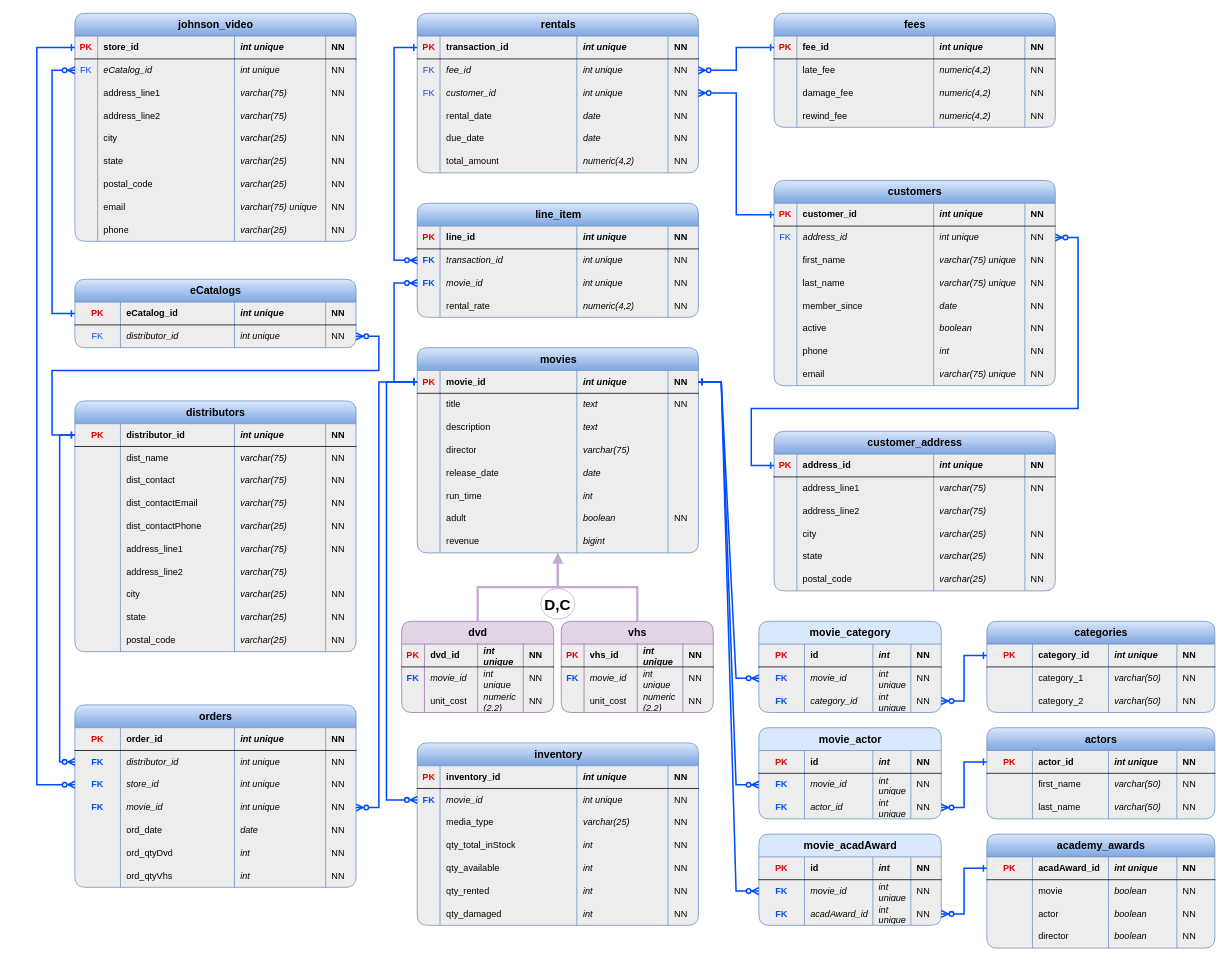
This is mis407-ct4-portfolio-milestone.drawio from argounova/draw-io, a draw.io file, before an edit. Source tidied: cells renumbered, new cells numbered last; positions are measured from the earlier drawing's top-left corner, leaving out a move shared by most shapes. Both pictures are drawn from the tidied source at 76%, with x=0, y=0 at pixel (36, 13).
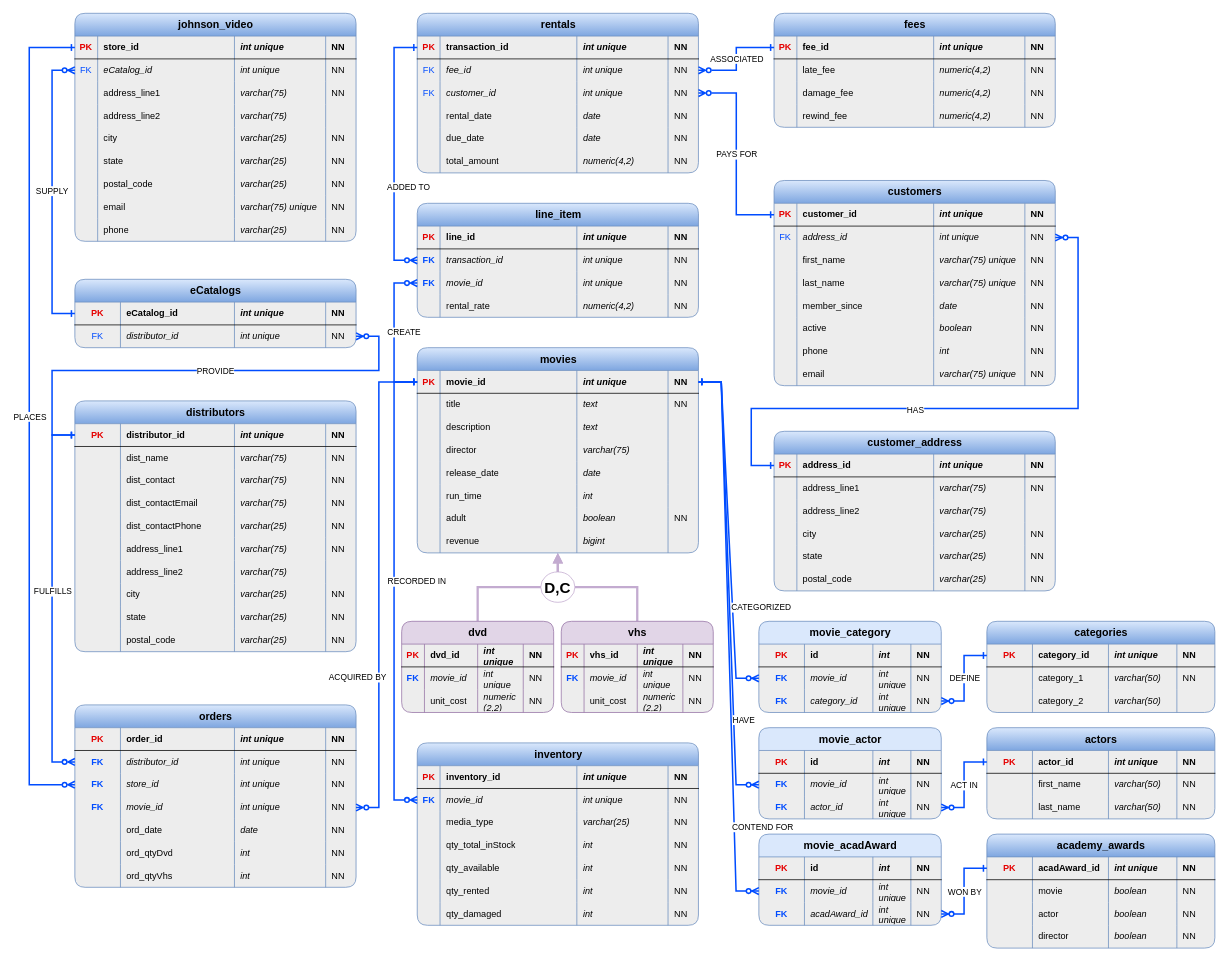
After the change.

Unchanged cells that the change refers to:
```xml
<mxCell id="88" style="shape=tableRow;horizontal=0;startSize=0;swimlaneHead=0;swimlaneBody=0;fillColor=none;points=[[0,0.5],[1,0.5]];portConstraint=eastwest;top=0;left=0;right=0;bottom=1;" parent="87" vertex="1">
  <mxGeometry y="30" width="370" height="30" as="geometry" />
</mxCell>
<mxCell id="129" style="shape=tableRow;horizontal=0;startSize=0;swimlaneHead=0;swimlaneBody=0;fillColor=none;points=[[0,0.5],[1,0.5]];portConstraint=eastwest;top=0;left=0;right=0;bottom=1;" parent="128" vertex="1">
  <mxGeometry y="30" width="370" height="30" as="geometry" />
</mxCell>
<mxCell id="260" style="edgeStyle=entityRelationEdgeStyle;fontSize=12;html=1;endArrow=ERzeroToMany;startArrow=ERone;rounded=0;exitX=1;exitY=0.5;exitDx=0;exitDy=0;entryX=0;entryY=0.5;entryDx=0;entryDy=0;strokeWidth=2;strokeColor=#004CFF;startFill=0;" parent="1" edge="1" source="88" target="250">
  <mxGeometry relative="1" as="geometry" />
</mxCell>
<mxCell id="261" style="edgeStyle=entityRelationEdgeStyle;fontSize=12;html=1;endArrow=ERzeroToMany;startArrow=ERone;rounded=0;exitX=1;exitY=0.5;exitDx=0;exitDy=0;entryX=0;entryY=0.5;entryDx=0;entryDy=0;strokeWidth=2;strokeColor=#004CFF;startFill=0;" parent="1" edge="1" source="88" target="234">
  <mxGeometry relative="1" as="geometry" />
</mxCell>
<mxCell id="262" style="edgeStyle=entityRelationEdgeStyle;fontSize=12;html=1;endArrow=ERzeroToMany;startArrow=ERone;rounded=0;exitX=1;exitY=0.5;exitDx=0;exitDy=0;entryX=0;entryY=0.5;entryDx=0;entryDy=0;strokeWidth=2;strokeColor=#004CFF;startFill=0;" parent="1" edge="1" source="88" target="218">
  <mxGeometry relative="1" as="geometry" />
</mxCell>
<mxCell id="295" style="shape=tableRow;horizontal=0;startSize=0;swimlaneHead=0;swimlaneBody=0;fillColor=none;top=0;left=0;right=0;bottom=0;" parent="284" vertex="1">
  <mxGeometry y="90" width="300" height="30" as="geometry" />
</mxCell>
<mxCell id="337" style="edgeStyle=entityRelationEdgeStyle;fontSize=12;html=1;endArrow=ERzeroToMany;startArrow=ERone;rounded=0;exitX=0;exitY=0.5;exitDx=0;exitDy=0;entryX=1;entryY=0.5;entryDx=0;entryDy=0;strokeWidth=2;strokeColor=#004CFF;startFill=0;" parent="1" edge="1" source="285" target="223">
  <mxGeometry relative="1" as="geometry" />
</mxCell>
<mxCell id="338" style="edgeStyle=entityRelationEdgeStyle;fontSize=12;html=1;endArrow=ERzeroToMany;startArrow=ERone;rounded=0;exitX=0;exitY=0.5;exitDx=0;exitDy=0;entryX=1;entryY=0.5;entryDx=0;entryDy=0;strokeWidth=2;strokeColor=#004CFF;startFill=0;" parent="1" edge="1" source="301" target="239">
  <mxGeometry relative="1" as="geometry" />
</mxCell>
<mxCell id="339" style="edgeStyle=entityRelationEdgeStyle;fontSize=12;html=1;endArrow=ERzeroToMany;startArrow=ERone;rounded=0;exitX=0;exitY=0.5;exitDx=0;exitDy=0;entryX=1;entryY=0.5;entryDx=0;entryDy=0;strokeWidth=2;strokeColor=#004CFF;startFill=0;" parent="1" edge="1" source="317" target="255">
  <mxGeometry relative="1" as="geometry" />
</mxCell>
<mxCell id="340" style="fontSize=12;html=1;endArrow=ERone;startArrow=ERzeroToMany;rounded=0;entryX=0;entryY=0.5;entryDx=0;entryDy=0;strokeWidth=2;strokeColor=#004CFF;endFill=0;startFill=0;edgeStyle=orthogonalEdgeStyle;exitX=0;exitY=0.5;exitDx=0;exitDy=0;" parent="1" edge="1" source="274" target="88">
  <mxGeometry relative="1" as="geometry">
    <Array as="points">
      <mxPoint x="470" y="355" />
      <mxPoint x="470" y="485" />
    </Array>
  </mxGeometry>
</mxCell>
<mxCell id="341" style="edgeStyle=orthogonalEdgeStyle;fontSize=12;html=1;endArrow=ERone;startArrow=ERzeroToMany;rounded=0;strokeWidth=2;strokeColor=#004CFF;exitX=0;exitY=0.5;exitDx=0;exitDy=0;startFill=0;entryX=0;entryY=0.5;entryDx=0;entryDy=0;endFill=0;" parent="1" edge="1" source="269" target="3">
  <mxGeometry relative="1" as="geometry">
    <Array as="points">
      <mxPoint x="470" y="325" />
      <mxPoint x="470" y="45" />
    </Array>
  </mxGeometry>
</mxCell>
<mxCell id="342" style="edgeStyle=orthogonalEdgeStyle;fontSize=12;html=1;endArrow=ERone;endFill=1;rounded=0;strokeWidth=2;strokeColor=#004CFF;entryX=0;entryY=0.5;entryDx=0;entryDy=0;exitX=1;exitY=0.5;exitDx=0;exitDy=0;startArrow=ERzeroToMany;startFill=0;" parent="1" edge="1" source="13" target="45">
  <mxGeometry relative="1" as="geometry" />
</mxCell>
<mxCell id="374" style="edgeStyle=orthogonalEdgeStyle;fontSize=12;html=1;endArrow=ERzeroToMany;startArrow=ERone;rounded=0;strokeWidth=2;strokeColor=#004CFF;exitX=0;exitY=0.5;exitDx=0;exitDy=0;startFill=0;entryX=1;entryY=0.5;entryDx=0;entryDy=0;" parent="1" edge="1" source="344" target="50">
  <mxGeometry relative="1" as="geometry">
    <Array as="points">
      <mxPoint x="940" y="595" />
      <mxPoint x="940" y="520" />
      <mxPoint x="1370" y="520" />
      <mxPoint x="1370" y="295" />
    </Array>
  </mxGeometry>
</mxCell>
<mxCell id="396" style="edgeStyle=orthogonalEdgeStyle;fontSize=12;html=1;endArrow=ERone;endFill=1;rounded=0;strokeWidth=2;strokeColor=#004CFF;entryX=0;entryY=0.5;entryDx=0;entryDy=0;exitX=1;exitY=0.5;exitDx=0;exitDy=0;startArrow=ERzeroToMany;startFill=0;" parent="1" edge="1" source="8" target="376">
  <mxGeometry relative="1" as="geometry" />
</mxCell>
<mxCell id="398" style="shape=tableRow;horizontal=0;startSize=0;swimlaneHead=0;swimlaneBody=0;fillColor=none;points=[[0,0.5],[1,0.5]];portConstraint=eastwest;top=0;left=0;right=0;bottom=1;" parent="397" vertex="1">
  <mxGeometry y="30" width="370" height="30" as="geometry" />
</mxCell>
<mxCell id="443" style="edgeStyle=orthogonalEdgeStyle;fontSize=12;html=1;endArrow=ERzeroToMany;endFill=1;rounded=0;strokeColor=#004CFF;strokeWidth=2;entryX=1;entryY=0.5;entryDx=0;entryDy=0;exitX=0;exitY=0.5;exitDx=0;exitDy=0;startArrow=ERone;startFill=0;" parent="1" edge="1" source="129" target="39">
  <mxGeometry relative="1" as="geometry">
    <Array as="points">
      <mxPoint x="20" y="555" />
      <mxPoint x="20" y="470" />
      <mxPoint x="450" y="470" />
      <mxPoint x="450" y="425" />
    </Array>
  </mxGeometry>
</mxCell>
<mxCell id="444" style="edgeStyle=orthogonalEdgeStyle;fontSize=12;html=1;endArrow=ERzeroToMany;endFill=1;rounded=0;strokeColor=#004CFF;strokeWidth=2;entryX=0;entryY=0.5;entryDx=0;entryDy=0;exitX=0;exitY=0.5;exitDx=0;exitDy=0;startArrow=ERone;startFill=0;" parent="1" edge="1" source="34" target="403">
  <mxGeometry relative="1" as="geometry">
    <Array as="points">
      <mxPoint x="20" y="395" />
      <mxPoint x="20" y="75" />
    </Array>
  </mxGeometry>
</mxCell>
<mxCell id="451" style="shape=tableRow;horizontal=0;startSize=0;swimlaneHead=0;swimlaneBody=0;fillColor=none;points=[[0,0.5],[1,0.5]];portConstraint=eastwest;top=0;left=0;right=0;bottom=0;" parent="445" vertex="1">
  <mxGeometry y="60" width="370" height="30" as="geometry" />
</mxCell>
<mxCell id="456" style="shape=tableRow;horizontal=0;startSize=0;swimlaneHead=0;swimlaneBody=0;fillColor=none;points=[[0,0.5],[1,0.5]];portConstraint=eastwest;top=0;left=0;right=0;bottom=0;" parent="445" vertex="1">
  <mxGeometry y="90" width="370" height="30" as="geometry" />
</mxCell>
<mxCell id="483" style="edgeStyle=orthogonalEdgeStyle;fontSize=12;html=1;endArrow=ERone;startArrow=ERzeroToMany;rounded=0;exitX=1;exitY=0.5;exitDx=0;exitDy=0;entryX=0;entryY=0.5;entryDx=0;entryDy=0;strokeWidth=2;strokeColor=#004CFF;endFill=0;startFill=0;" parent="1" edge="1" source="461" target="88">
  <mxGeometry relative="1" as="geometry">
    <Array as="points">
      <mxPoint x="450" y="1045" />
      <mxPoint x="450" y="485" />
    </Array>
  </mxGeometry>
</mxCell>
<mxCell id="490" style="shape=tableRow;horizontal=0;startSize=0;swimlaneHead=0;swimlaneBody=0;fillColor=none;points=[[0,0.5],[1,0.5]];portConstraint=eastwest;top=0;left=0;right=0;bottom=0;" parent="484" vertex="1">
  <mxGeometry y="60" width="370" height="30" as="geometry" />
</mxCell>
```

Diff of the diagram source:
```diff
@@
     <mxCell id="211" value="&lt;b&gt;&lt;font style=&quot;font-size: 20px;&quot;&gt;D,C&lt;/font&gt;&lt;/b&gt;" style="ellipse;whiteSpace=wrap;html=1;align=center;strokeColor=#C3ABD0;" parent="1" vertex="1">
-      <mxGeometry x="663" y="757" width="45" height="40" as="geometry" />
+      <mxGeometry x="663" y="735" width="45" height="40" as="geometry" />
     </mxCell>
@@
+    <mxCell id="521" value="CONTEND FOR" style="edgeLabel;html=1;align=center;verticalAlign=middle;" parent="260" vertex="1">
+      <mxGeometry x="0.69" relative="1" as="geometry">
+        <mxPoint x="37" y="-1" as="offset" />
+      </mxGeometry>
+    </mxCell>
@@
+    <mxCell id="522" value="HAVE" style="edgeLabel;html=1;align=center;verticalAlign=middle;" parent="261" vertex="1">
+      <mxGeometry x="0.61" y="1" relative="1" as="geometry">
+        <mxPoint x="12" as="offset" />
+      </mxGeometry>
+    </mxCell>
@@
+    <mxCell id="523" value="CATEGORIZED" style="edgeLabel;html=1;align=center;verticalAlign=middle;" parent="262" vertex="1">
+      <mxGeometry x="0.45" relative="1" as="geometry">
+        <mxPoint x="37" as="offset" />
+      </mxGeometry>
+    </mxCell>
@@
-    <mxCell id="299" value="NN" style="shape=partialRectangle;fillColor=none;top=0;left=0;bottom=0;right=0;align=left;spacingLeft=6;overflow=hidden;whiteSpace=wrap;html=1;" parent="295" vertex="1">
+    <mxCell id="299" style="shape=partialRectangle;fillColor=none;top=0;left=0;bottom=0;right=0;align=left;spacingLeft=6;overflow=hidden;whiteSpace=wrap;html=1;" parent="295" vertex="1">
       <mxGeometry x="250" width="50" height="30" as="geometry" />
     </mxCell>
@@
+    <mxCell id="524" value="DEFINE" style="edgeLabel;html=1;align=center;verticalAlign=middle;" parent="337" vertex="1">
+      <mxGeometry x="-0.01" relative="1" as="geometry" />
+    </mxCell>
@@
+    <mxCell id="525" value="ACT IN" style="edgeLabel;html=1;align=center;verticalAlign=middle;" parent="338" vertex="1">
+      <mxGeometry y="-1" relative="1" as="geometry" />
+    </mxCell>
@@
+    <mxCell id="526" value="WON BY" style="edgeLabel;html=1;align=center;verticalAlign=middle;" parent="339" vertex="1">
+      <mxGeometry relative="1" as="geometry" />
+    </mxCell>
@@
+    <mxCell id="527" value="CREATE" style="edgeLabel;html=1;align=center;verticalAlign=middle;" parent="340" vertex="1">
+      <mxGeometry x="-0.02" relative="1" as="geometry">
+        <mxPoint x="12" y="1" as="offset" />
+      </mxGeometry>
+    </mxCell>
@@
+    <mxCell id="528" value="ADDED TO" style="edgeLabel;html=1;align=center;verticalAlign=middle;" parent="341" vertex="1">
+      <mxGeometry x="-0.25" relative="1" as="geometry">
+        <mxPoint x="18" y="1" as="offset" />
+      </mxGeometry>
+    </mxCell>
@@
+    <mxCell id="529" value="PAYS FOR" style="edgeLabel;html=1;align=center;verticalAlign=middle;" parent="342" vertex="1">
+      <mxGeometry relative="1" as="geometry" />
+    </mxCell>
@@
+    <mxCell id="530" value="HAS" style="edgeLabel;html=1;align=center;verticalAlign=middle;" parent="374" vertex="1">
+      <mxGeometry x="-0.19" y="-1" relative="1" as="geometry" />
+    </mxCell>
@@
+    <mxCell id="531" value="ASSOCIATED" style="edgeLabel;html=1;align=center;verticalAlign=middle;" parent="396" vertex="1">
+      <mxGeometry x="0.01" relative="1" as="geometry" />
+    </mxCell>
@@
+    <mxCell id="532" value="PROVIDE" style="edgeLabel;html=1;align=center;verticalAlign=middle;" parent="443" vertex="1">
+      <mxGeometry x="0.06" relative="1" as="geometry" />
+    </mxCell>
@@
+    <mxCell id="533" value="SUPPLY" style="edgeLabel;html=1;align=center;verticalAlign=middle;" parent="444" vertex="1">
+      <mxGeometry x="0.01" y="1" relative="1" as="geometry" />
+    </mxCell>
@@
     <mxCell id="481" style="edgeStyle=orthogonalEdgeStyle;fontSize=12;html=1;endArrow=ERone;endFill=1;rounded=0;strokeColor=#004CFF;strokeWidth=2;entryX=0;entryY=0.5;entryDx=0;entryDy=0;startArrow=ERzeroToMany;startFill=0;exitX=0;exitY=0.5;exitDx=0;exitDy=0;" parent="1" edge="1" source="456" target="398">
       <mxGeometry relative="1" as="geometry">
         <Array as="points">
-          <mxPoint y="1015" />
-          <mxPoint y="45" />
+          <mxPoint x="-10" y="1015" />
+          <mxPoint x="-10" y="45" />
         </Array>
       </mxGeometry>
     </mxCell>
+    <mxCell id="534" value="PLACES" style="edgeLabel;html=1;align=center;verticalAlign=middle;" parent="481" vertex="1">
+      <mxGeometry relative="1" as="geometry" />
+    </mxCell>
     <mxCell id="482" style="edgeStyle=orthogonalEdgeStyle;fontSize=12;html=1;endArrow=ERone;endFill=0;rounded=0;strokeColor=#004CFF;strokeWidth=2;startArrow=ERzeroToMany;startFill=0;entryX=0;entryY=0.5;entryDx=0;entryDy=0;exitX=0;exitY=0.5;exitDx=0;exitDy=0;" parent="1" edge="1" source="451" target="129">
       <mxGeometry relative="1" as="geometry">
         <Array as="points">
-          <mxPoint x="30" y="985" />
-          <mxPoint x="30" y="555" />
+          <mxPoint x="20" y="985" />
+          <mxPoint x="20" y="555" />
         </Array>
       </mxGeometry>
     </mxCell>
+    <mxCell id="535" value="FULFILLS" style="edgeLabel;html=1;align=center;verticalAlign=middle;" parent="482" vertex="1">
+      <mxGeometry x="0.04" relative="1" as="geometry" />
+    </mxCell>
@@
+    <mxCell id="536" value="ACQUIRED BY" style="edgeLabel;html=1;align=center;verticalAlign=middle;" parent="483" vertex="1">
+      <mxGeometry x="-0.37" y="2" relative="1" as="geometry">
+        <mxPoint x="-27" as="offset" />
+      </mxGeometry>
+    </mxCell>
@@
     <mxCell id="520" style="edgeStyle=orthogonalEdgeStyle;fontSize=12;html=1;endArrow=ERone;endFill=1;rounded=0;strokeColor=#004CFF;strokeWidth=2;startArrow=ERzeroToMany;startFill=0;entryX=0;entryY=0.5;entryDx=0;entryDy=0;exitX=0;exitY=0.5;exitDx=0;exitDy=0;" parent="1" edge="1" source="490" target="88">
       <mxGeometry relative="1" as="geometry">
         <Array as="points">
-          <mxPoint x="460" y="1035" />
-          <mxPoint x="460" y="485" />
+          <mxPoint x="470" y="1035" />
+          <mxPoint x="470" y="485" />
         </Array>
       </mxGeometry>
     </mxCell>
+    <mxCell id="537" value="RECORDED IN" style="edgeLabel;html=1;align=center;verticalAlign=middle;" parent="520" vertex="1">
+      <mxGeometry x="0.16" y="1" relative="1" as="geometry">
+        <mxPoint x="30" y="36" as="offset" />
+      </mxGeometry>
+    </mxCell>
```
